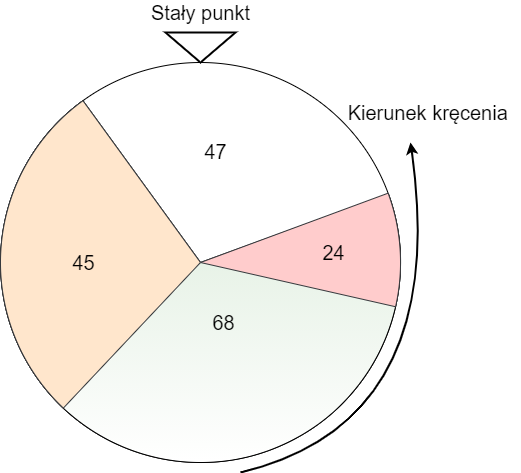
Before: grafika/ag_kolowy.png, a diagram exported from draw.io (KamilLetowski/mgr). Source tidied: cells renumbered, new cells last; positions are measured from the earlier drawing's top-left corner, leaving out a move shared by most shapes. The source it was exported from:
```xml
<mxGraphModel>
  <root>
    <mxCell id="0" />
    <mxCell id="1" parent="0" />
    <mxCell id="2" value="&lt;font style=&quot;font-size: 20px&quot;&gt;Stały punkt&lt;/font&gt;" style="text;html=1;align=center;verticalAlign=middle;strokeColor=none;fontSize=10;" parent="1" vertex="1">
      <mxGeometry x="145" width="110" height="20" as="geometry" />
    </mxCell>
    <mxCell id="3" style="ellipse;whiteSpace=wrap;html=1;shadow=0;fontSize=10;strokeColor=#000000;gradientColor=#ffffff;fillColor=#FFFFFF;" parent="1" vertex="1">
      <mxGeometry y="60" width="400" height="400" as="geometry" />
    </mxCell>
    <mxCell id="4" style="verticalLabelPosition=bottom;verticalAlign=top;html=1;shape=mxgraph.basic.pie;startAngle=0.19449137077250006;endAngle=0.9;shadow=0;fontSize=10;strokeColor=#000000;gradientColor=#ffffff;fillColor=#D5E8D4;" parent="1" vertex="1">
      <mxGeometry y="60" width="400" height="400" as="geometry" />
    </mxCell>
    <mxCell id="5" style="verticalLabelPosition=bottom;verticalAlign=top;html=1;shape=mxgraph.basic.pie;startAngle=0.6202505165440513;endAngle=0.9;shadow=0;fontSize=10;strokeColor=#36393d;fillColor=#FFE6CC;" parent="1" vertex="1">
      <mxGeometry y="60" width="400" height="400" as="geometry" />
    </mxCell>
    <mxCell id="6" style="verticalLabelPosition=bottom;verticalAlign=top;html=1;shape=mxgraph.basic.pie;startAngle=0.19365955808634275;endAngle=0.2854964810789057;shadow=0;fontSize=10;strokeColor=#36393d;fillColor=#ffcccc;" parent="1" vertex="1">
      <mxGeometry y="60" width="400" height="400" as="geometry" />
    </mxCell>
    <mxCell id="7" value="&lt;font style=&quot;font-size: 20px&quot;&gt;47&lt;/font&gt;" style="text;html=1;align=center;verticalAlign=middle;strokeColor=none;fontSize=10;" parent="1" vertex="1">
      <mxGeometry x="195" y="139" width="40" height="20" as="geometry" />
    </mxCell>
    <mxCell id="8" value="&lt;font style=&quot;font-size: 20px&quot;&gt;45&lt;/font&gt;" style="text;html=1;align=center;verticalAlign=middle;strokeColor=none;fontSize=10;" parent="1" vertex="1">
      <mxGeometry x="63" y="250" width="40" height="20" as="geometry" />
    </mxCell>
    <mxCell id="9" value="&lt;font style=&quot;font-size: 20px&quot;&gt;68&lt;/font&gt;" style="text;html=1;align=center;verticalAlign=middle;strokeColor=none;fontSize=10;" parent="1" vertex="1">
      <mxGeometry x="203" y="310" width="40" height="20" as="geometry" />
    </mxCell>
    <mxCell id="10" value="&lt;font style=&quot;font-size: 20px&quot;&gt;24&lt;/font&gt;" style="text;html=1;align=center;verticalAlign=middle;strokeColor=none;fontSize=10;" parent="1" vertex="1">
      <mxGeometry x="313" y="240" width="40" height="20" as="geometry" />
    </mxCell>
    <mxCell id="11" style="html=1;shadow=0;dashed=0;align=center;verticalAlign=middle;shape=mxgraph.arrows2.arrow;dy=1;dx=100;direction=south;notch=0;fontSize=10;strokeColor=#000000;gradientColor=#ffffff;fillColor=#FFFFFF;strokeWidth=2;" parent="1" vertex="1">
      <mxGeometry x="165" y="30" width="70" height="30" as="geometry" />
    </mxCell>
    <mxCell id="12" style="curved=1;endArrow=classic;html=1;fontSize=10;strokeWidth=2;" parent="1" edge="1">
      <mxGeometry relative="1" as="geometry">
        <mxPoint x="240" y="470" as="sourcePoint" />
        <mxPoint x="410" y="140" as="targetPoint" />
        <Array as="points">
          <mxPoint x="450" y="420" />
        </Array>
      </mxGeometry>
    </mxCell>
    <mxCell id="13" value="&lt;font style=&quot;font-size: 20px&quot;&gt;Kierunek kręcenia&amp;nbsp;&lt;/font&gt;" style="text;html=1;align=center;verticalAlign=middle;strokeColor=none;fontSize=10;" parent="1" vertex="1">
      <mxGeometry x="340" y="100" width="180" height="20" as="geometry" />
    </mxCell>
  </root>
</mxGraphModel>
```
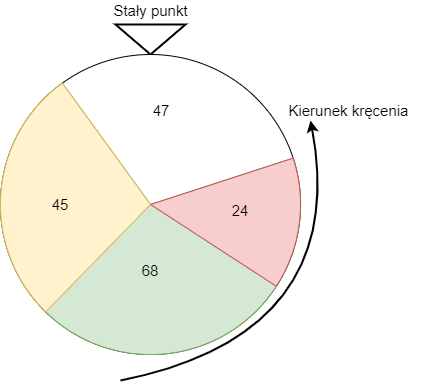
After the commit.

What changed in the source:
```diff
@@ -2,47 +2,47 @@
   <root>
     <mxCell id="0" />
     <mxCell id="1" parent="0" />
-    <mxCell id="2" value="&lt;font style=&quot;font-size: 20px&quot;&gt;Stały punkt&lt;/font&gt;" style="text;html=1;align=center;verticalAlign=middle;strokeColor=none;fontSize=10;" parent="1" vertex="1">
-      <mxGeometry x="145" width="110" height="20" as="geometry" />
+    <mxCell id="2" value="&lt;font style=&quot;font-size: 15px&quot;&gt;Stały punkt&lt;/font&gt;" style="text;html=1;align=center;verticalAlign=middle;strokeColor=none;fontSize=10;" parent="1" vertex="1">
+      <mxGeometry x="1065" y="30" width="90" height="20" as="geometry" />
     </mxCell>
-    <mxCell id="3" style="ellipse;whiteSpace=wrap;html=1;shadow=0;fontSize=10;strokeColor=#000000;gradientColor=#ffffff;fillColor=#FFFFFF;" parent="1" vertex="1">
-      <mxGeometry y="60" width="400" height="400" as="geometry" />
-    </mxCell>
-    <mxCell id="4" style="verticalLabelPosition=bottom;verticalAlign=top;html=1;shape=mxgraph.basic.pie;startAngle=0.19449137077250006;endAngle=0.9;shadow=0;fontSize=10;strokeColor=#000000;gradientColor=#ffffff;fillColor=#D5E8D4;" parent="1" vertex="1">
-      <mxGeometry y="60" width="400" height="400" as="geometry" />
-    </mxCell>
-    <mxCell id="5" style="verticalLabelPosition=bottom;verticalAlign=top;html=1;shape=mxgraph.basic.pie;startAngle=0.6202505165440513;endAngle=0.9;shadow=0;fontSize=10;strokeColor=#36393d;fillColor=#FFE6CC;" parent="1" vertex="1">
-      <mxGeometry y="60" width="400" height="400" as="geometry" />
-    </mxCell>
-    <mxCell id="6" style="verticalLabelPosition=bottom;verticalAlign=top;html=1;shape=mxgraph.basic.pie;startAngle=0.19365955808634275;endAngle=0.2854964810789057;shadow=0;fontSize=10;strokeColor=#36393d;fillColor=#ffcccc;" parent="1" vertex="1">
-      <mxGeometry y="60" width="400" height="400" as="geometry" />
-    </mxCell>
-    <mxCell id="7" value="&lt;font style=&quot;font-size: 20px&quot;&gt;47&lt;/font&gt;" style="text;html=1;align=center;verticalAlign=middle;strokeColor=none;fontSize=10;" parent="1" vertex="1">
-      <mxGeometry x="195" y="139" width="40" height="20" as="geometry" />
-    </mxCell>
-    <mxCell id="8" value="&lt;font style=&quot;font-size: 20px&quot;&gt;45&lt;/font&gt;" style="text;html=1;align=center;verticalAlign=middle;strokeColor=none;fontSize=10;" parent="1" vertex="1">
-      <mxGeometry x="63" y="250" width="40" height="20" as="geometry" />
-    </mxCell>
-    <mxCell id="9" value="&lt;font style=&quot;font-size: 20px&quot;&gt;68&lt;/font&gt;" style="text;html=1;align=center;verticalAlign=middle;strokeColor=none;fontSize=10;" parent="1" vertex="1">
-      <mxGeometry x="203" y="310" width="40" height="20" as="geometry" />
-    </mxCell>
-    <mxCell id="10" value="&lt;font style=&quot;font-size: 20px&quot;&gt;24&lt;/font&gt;" style="text;html=1;align=center;verticalAlign=middle;strokeColor=none;fontSize=10;" parent="1" vertex="1">
-      <mxGeometry x="313" y="240" width="40" height="20" as="geometry" />
-    </mxCell>
     <mxCell id="11" style="html=1;shadow=0;dashed=0;align=center;verticalAlign=middle;shape=mxgraph.arrows2.arrow;dy=1;dx=100;direction=south;notch=0;fontSize=10;strokeColor=#000000;gradientColor=#ffffff;fillColor=#FFFFFF;strokeWidth=2;" parent="1" vertex="1">
-      <mxGeometry x="165" y="30" width="70" height="30" as="geometry" />
+      <mxGeometry x="1075" y="54" width="70" height="30" as="geometry" />
     </mxCell>
     <mxCell id="12" style="curved=1;endArrow=classic;html=1;fontSize=10;strokeWidth=2;" parent="1" edge="1">
       <mxGeometry relative="1" as="geometry">
-        <mxPoint x="240" y="470" as="sourcePoint" />
-        <mxPoint x="410" y="140" as="targetPoint" />
+        <mxPoint x="1080" y="410" as="sourcePoint" />
+        <mxPoint x="1270" y="150" as="targetPoint" />
         <Array as="points">
-          <mxPoint x="450" y="420" />
+          <mxPoint x="1310" y="364" />
         </Array>
       </mxGeometry>
     </mxCell>
-    <mxCell id="13" value="&lt;font style=&quot;font-size: 20px&quot;&gt;Kierunek kręcenia&amp;nbsp;&lt;/font&gt;" style="text;html=1;align=center;verticalAlign=middle;strokeColor=none;fontSize=10;" parent="1" vertex="1">
-      <mxGeometry x="340" y="100" width="180" height="20" as="geometry" />
+    <mxCell id="13" value="&lt;font style=&quot;font-size: 15px&quot;&gt;Kierunek kręcenia&amp;nbsp;&lt;/font&gt;" style="text;html=1;align=center;verticalAlign=middle;strokeColor=none;fontSize=10;" parent="1" vertex="1">
+      <mxGeometry x="1240" y="130" width="140" height="20" as="geometry" />
     </mxCell>
+    <mxCell id="14" style="ellipse;whiteSpace=wrap;html=1;" parent="1" vertex="1">
+      <mxGeometry x="960" y="84" width="300" height="300" as="geometry" />
+    </mxCell>
+    <mxCell id="15" style="verticalLabelPosition=bottom;verticalAlign=top;html=1;shape=mxgraph.basic.pie;startAngle=0.2;endAngle=0.9;fillColor=#d5e8d4;strokeColor=#82b366;" parent="1" vertex="1">
+      <mxGeometry x="960" y="84" width="300" height="300" as="geometry" />
+    </mxCell>
+    <mxCell id="16" style="verticalLabelPosition=bottom;verticalAlign=top;html=1;shape=mxgraph.basic.pie;startAngle=0.2;endAngle=0.34173296543276843;fillColor=#f8cecc;strokeColor=#b85450;" parent="1" vertex="1">
+      <mxGeometry x="960" y="84" width="300" height="300" as="geometry" />
+    </mxCell>
+    <mxCell id="17" style="verticalLabelPosition=bottom;verticalAlign=top;html=1;shape=mxgraph.basic.pie;startAngle=0.6230591822694904;endAngle=0.9;fillColor=#fff2cc;strokeColor=#d6b656;" parent="1" vertex="1">
+      <mxGeometry x="960" y="84" width="300" height="300" as="geometry" />
+    </mxCell>
+    <mxCell id="7" value="&lt;font style=&quot;font-size: 15px&quot;&gt;47&lt;/font&gt;" style="text;html=1;strokeColor=none;fillColor=none;align=center;verticalAlign=middle;whiteSpace=wrap;rounded=0;" parent="1" vertex="1">
+      <mxGeometry x="1101" y="130" width="40" height="20" as="geometry" />
+    </mxCell>
+    <mxCell id="10" value="&lt;font style=&quot;font-size: 15px&quot;&gt;24&lt;/font&gt;" style="text;html=1;strokeColor=none;fillColor=none;align=center;verticalAlign=middle;whiteSpace=wrap;rounded=0;" parent="1" vertex="1">
+      <mxGeometry x="1180" y="230" width="40" height="20" as="geometry" />
+    </mxCell>
+    <mxCell id="8" value="&lt;font style=&quot;font-size: 15px&quot;&gt;45&lt;/font&gt;" style="text;html=1;strokeColor=none;fillColor=none;align=center;verticalAlign=middle;whiteSpace=wrap;rounded=0;" parent="1" vertex="1">
+      <mxGeometry x="1000" y="224" width="40" height="20" as="geometry" />
+    </mxCell>
+    <mxCell id="9" value="&lt;font style=&quot;font-size: 15px&quot;&gt;68&lt;/font&gt;" style="text;html=1;strokeColor=none;fillColor=none;align=center;verticalAlign=middle;whiteSpace=wrap;rounded=0;" parent="1" vertex="1">
+      <mxGeometry x="1090" y="290" width="40" height="20" as="geometry" />
+    </mxCell>
   </root>
 </mxGraphModel>
```
